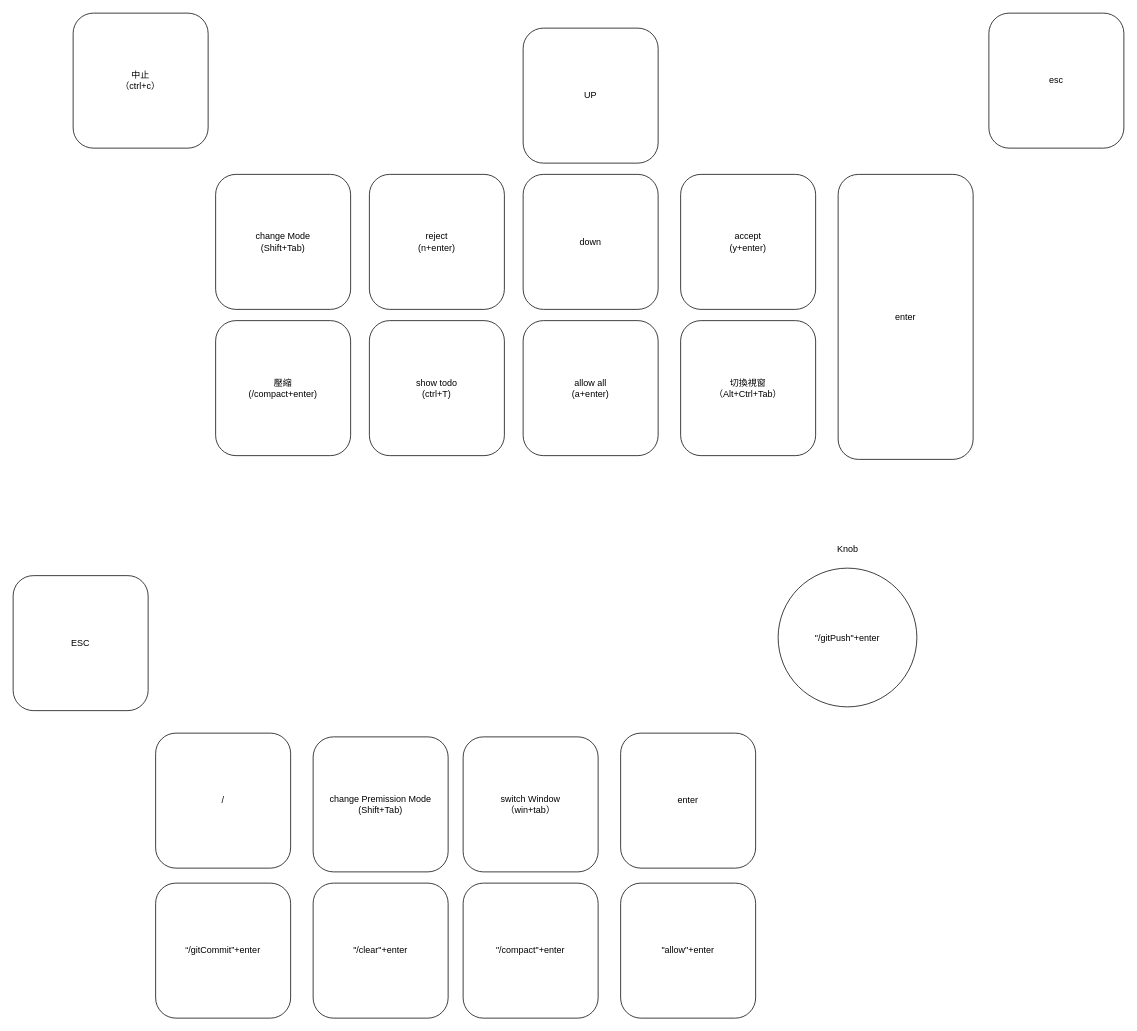
Before: 按鈕佈局.drawio in pptl/claude_microPad, a draw.io diagram. Source tidied: cells renumbered, new cells numbered last; positions are measured from the earlier drawing's top-left corner, leaving out a move shared by most shapes. Both pictures are drawn from the tidied source at 75%, with x=0, y=0 at pixel (13, 13).
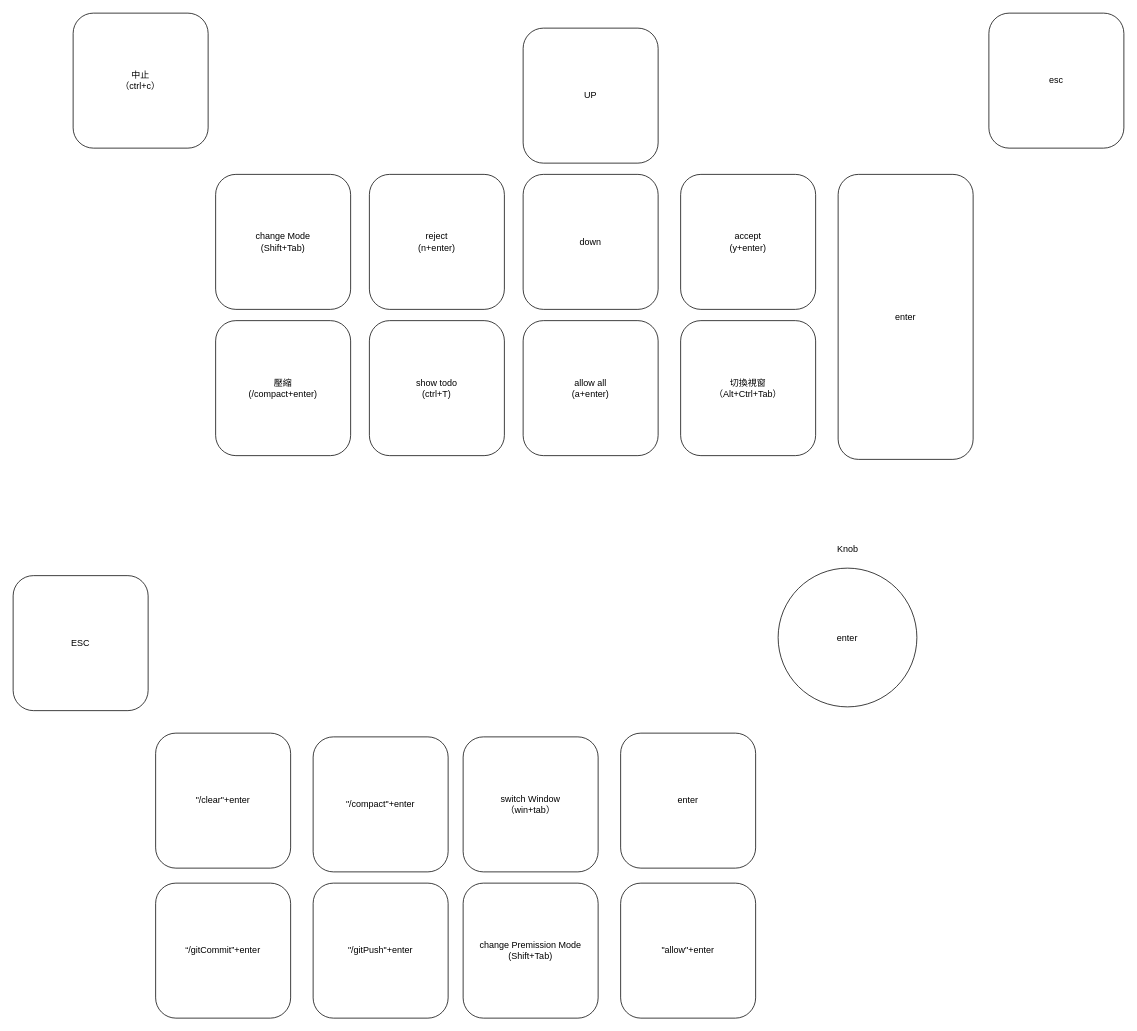
The same diagram, later.

Diff of the diagram source:
```diff
@@
-    <mxCell id="15" value="/" style="rounded=1;whiteSpace=wrap;html=1;" parent="1" vertex="1">
+    <mxCell id="15" value="&quot;/clear&quot;+enter" style="rounded=1;whiteSpace=wrap;html=1;" parent="1" vertex="1">
       <mxGeometry x="190" y="960" width="180" height="180" as="geometry" />
     </mxCell>
-    <mxCell id="16" value="&quot;/clear&quot;+enter" style="rounded=1;whiteSpace=wrap;html=1;" parent="1" vertex="1">
+    <mxCell id="16" value="&quot;/gitPush&quot;+enter" style="rounded=1;whiteSpace=wrap;html=1;" parent="1" vertex="1">
       <mxGeometry x="400" y="1160" width="180" height="180" as="geometry" />
     </mxCell>
-    <mxCell id="17" value="&quot;/compact&quot;+enter" style="rounded=1;whiteSpace=wrap;html=1;" parent="1" vertex="1">
+    <mxCell id="17" value="change Premission Mode&lt;div&gt;(Shift+Tab)&lt;/div&gt;" style="rounded=1;whiteSpace=wrap;html=1;" parent="1" vertex="1">
       <mxGeometry x="600" y="1160" width="180" height="180" as="geometry" />
     </mxCell>
-    <mxCell id="18" value="change Premission Mode&lt;div&gt;(Shift+Tab)&lt;/div&gt;" style="rounded=1;whiteSpace=wrap;html=1;" parent="1" vertex="1">
+    <mxCell id="18" value="&quot;/compact&quot;+enter" style="rounded=1;whiteSpace=wrap;html=1;" parent="1" vertex="1">
       <mxGeometry x="400" y="965" width="180" height="180" as="geometry" />
     </mxCell>
@@
-    <mxCell id="23" value="&quot;/gitPush&quot;+enter" style="ellipse;whiteSpace=wrap;html=1;" parent="1" vertex="1">
+    <mxCell id="23" value="enter" style="ellipse;whiteSpace=wrap;html=1;" parent="1" vertex="1">
       <mxGeometry x="1020" y="740" width="185" height="185" as="geometry" />
     </mxCell>
```
